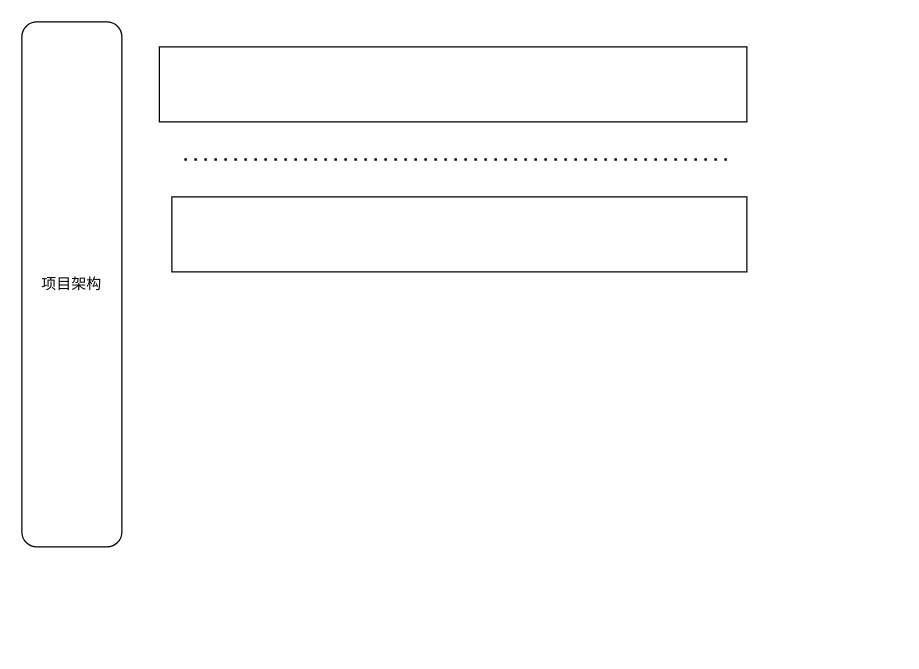
The draw.io diagram Untitled Diagram.drawio in iznilul/A-draw.io, before the edit. Source tidied: cells renumbered, new cells numbered last; positions are measured from the earlier drawing's top-left corner, leaving out a move shared by most shapes. Both pictures are drawn from the tidied source at 125%, with x=0, y=0 at pixel (-191, 46).
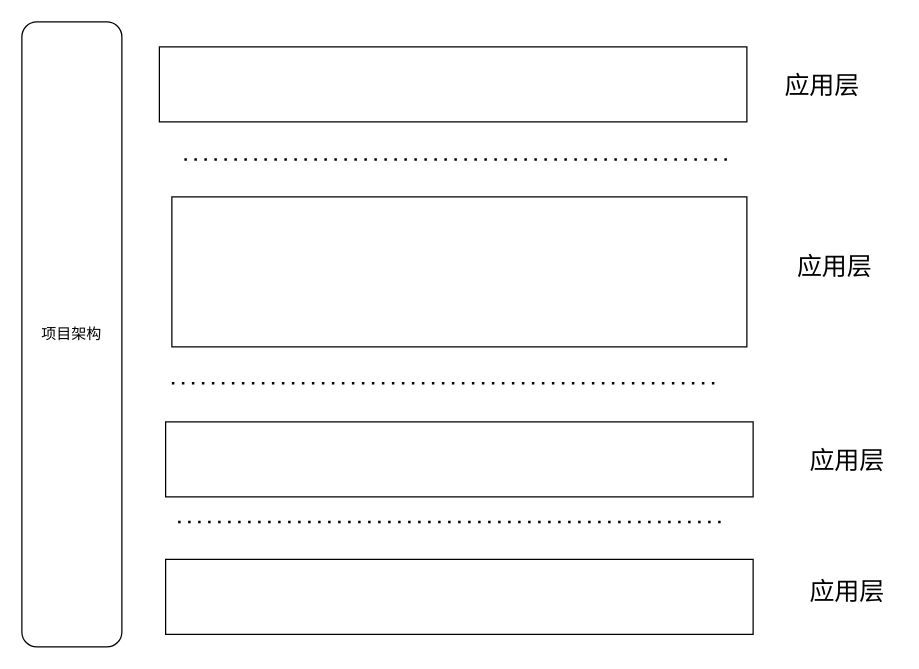
Above is the later version.

What changed in the source:
```diff
@@
 <mxGraphModel>
   <root>
     <mxCell id="0" />
     <mxCell id="1" parent="0" />
     <mxCell id="2" value="项目架构" style="rounded=1;whiteSpace=wrap;html=1;rotation=90;verticalAlign=middle;horizontal=0;" parent="1" vertex="1">
-      <mxGeometry y="150" width="420" height="80" as="geometry" />
+      <mxGeometry x="-40" y="190" width="500" height="80" as="geometry" />
     </mxCell>
     <mxCell id="3" style="rounded=0;whiteSpace=wrap;html=1;" parent="1" vertex="1">
       <mxGeometry x="280" width="470" height="60" as="geometry" />
     </mxCell>
     <mxCell id="4" style="endArrow=none;dashed=1;html=1;dashPattern=1 3;strokeWidth=2;rounded=0;" parent="1" edge="1">
       <mxGeometry relative="1" as="geometry">
         <mxPoint x="300" y="90" as="sourcePoint" />
         <mxPoint x="740" y="90" as="targetPoint" />
       </mxGeometry>
     </mxCell>
     <mxCell id="5" style="rounded=0;whiteSpace=wrap;html=1;" parent="1" vertex="1">
-      <mxGeometry x="290" y="120" width="460" height="60" as="geometry" />
+      <mxGeometry x="290" y="120" width="460" height="120" as="geometry" />
     </mxCell>
+    <mxCell id="6" style="rounded=0;whiteSpace=wrap;html=1;" parent="1" vertex="1">
+      <mxGeometry x="285" y="300" width="470" height="60" as="geometry" />
+    </mxCell>
+    <mxCell id="7" style="endArrow=none;dashed=1;html=1;dashPattern=1 3;strokeWidth=2;rounded=0;" parent="1" edge="1">
+      <mxGeometry relative="1" as="geometry">
+        <mxPoint x="290" y="269" as="sourcePoint" />
+        <mxPoint x="730" y="269" as="targetPoint" />
+      </mxGeometry>
+    </mxCell>
+    <mxCell id="8" style="rounded=0;whiteSpace=wrap;html=1;" parent="1" vertex="1">
+      <mxGeometry x="285" y="410" width="470" height="60" as="geometry" />
+    </mxCell>
+    <mxCell id="9" style="endArrow=none;dashed=1;html=1;dashPattern=1 3;strokeWidth=2;rounded=0;" parent="1" edge="1">
+      <mxGeometry relative="1" as="geometry">
+        <mxPoint x="295" y="380" as="sourcePoint" />
+        <mxPoint x="735" y="380" as="targetPoint" />
+      </mxGeometry>
+    </mxCell>
+    <mxCell id="10" value="应用层" style="text;html=1;align=center;verticalAlign=middle;strokeColor=none;fillColor=none;fontSize=20;" parent="1" vertex="1">
+      <mxGeometry x="770" y="15" width="80" height="30" as="geometry" />
+    </mxCell>
+    <mxCell id="11" value="应用层" style="text;html=1;align=center;verticalAlign=middle;strokeColor=none;fillColor=none;fontSize=20;" parent="1" vertex="1">
+      <mxGeometry x="780" y="160" width="80" height="30" as="geometry" />
+    </mxCell>
+    <mxCell id="12" value="应用层" style="text;html=1;align=center;verticalAlign=middle;strokeColor=none;fillColor=none;fontSize=20;" parent="1" vertex="1">
+      <mxGeometry x="790" y="315" width="80" height="30" as="geometry" />
+    </mxCell>
+    <mxCell id="13" value="应用层" style="text;html=1;align=center;verticalAlign=middle;strokeColor=none;fillColor=none;fontSize=20;" parent="1" vertex="1">
+      <mxGeometry x="790" y="420" width="80" height="30" as="geometry" />
+    </mxCell>
   </root>
 </mxGraphModel>
```
